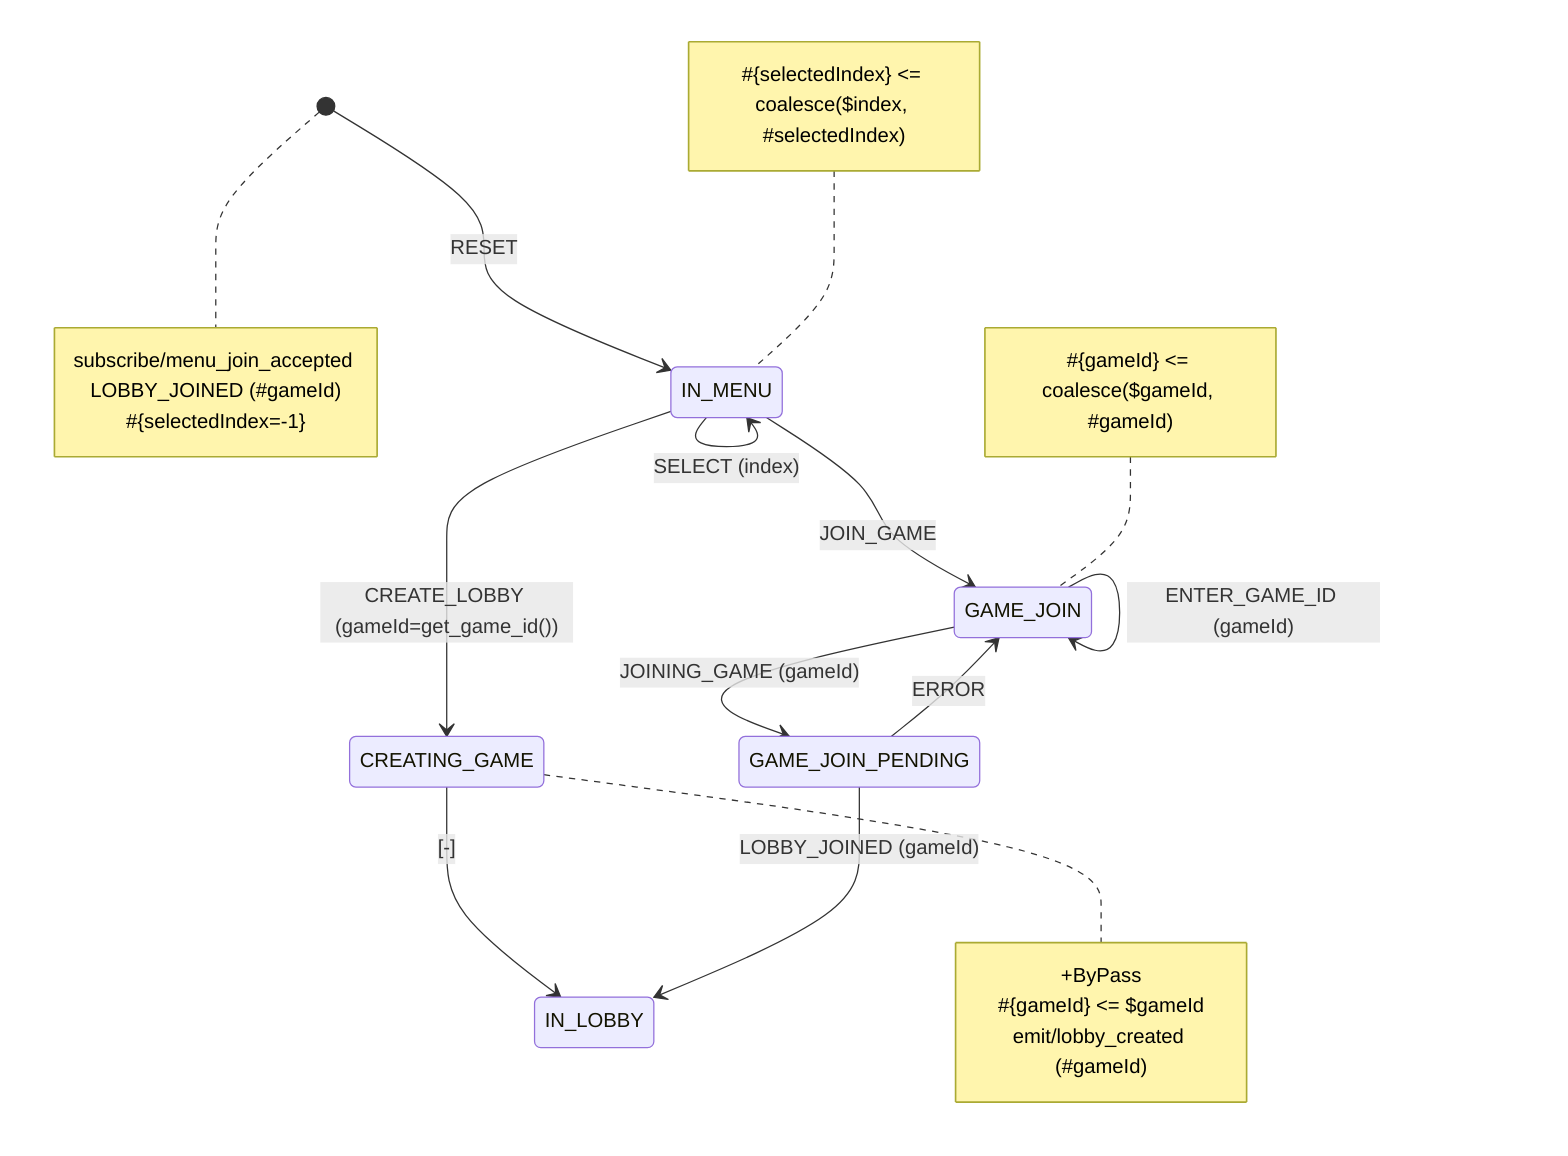
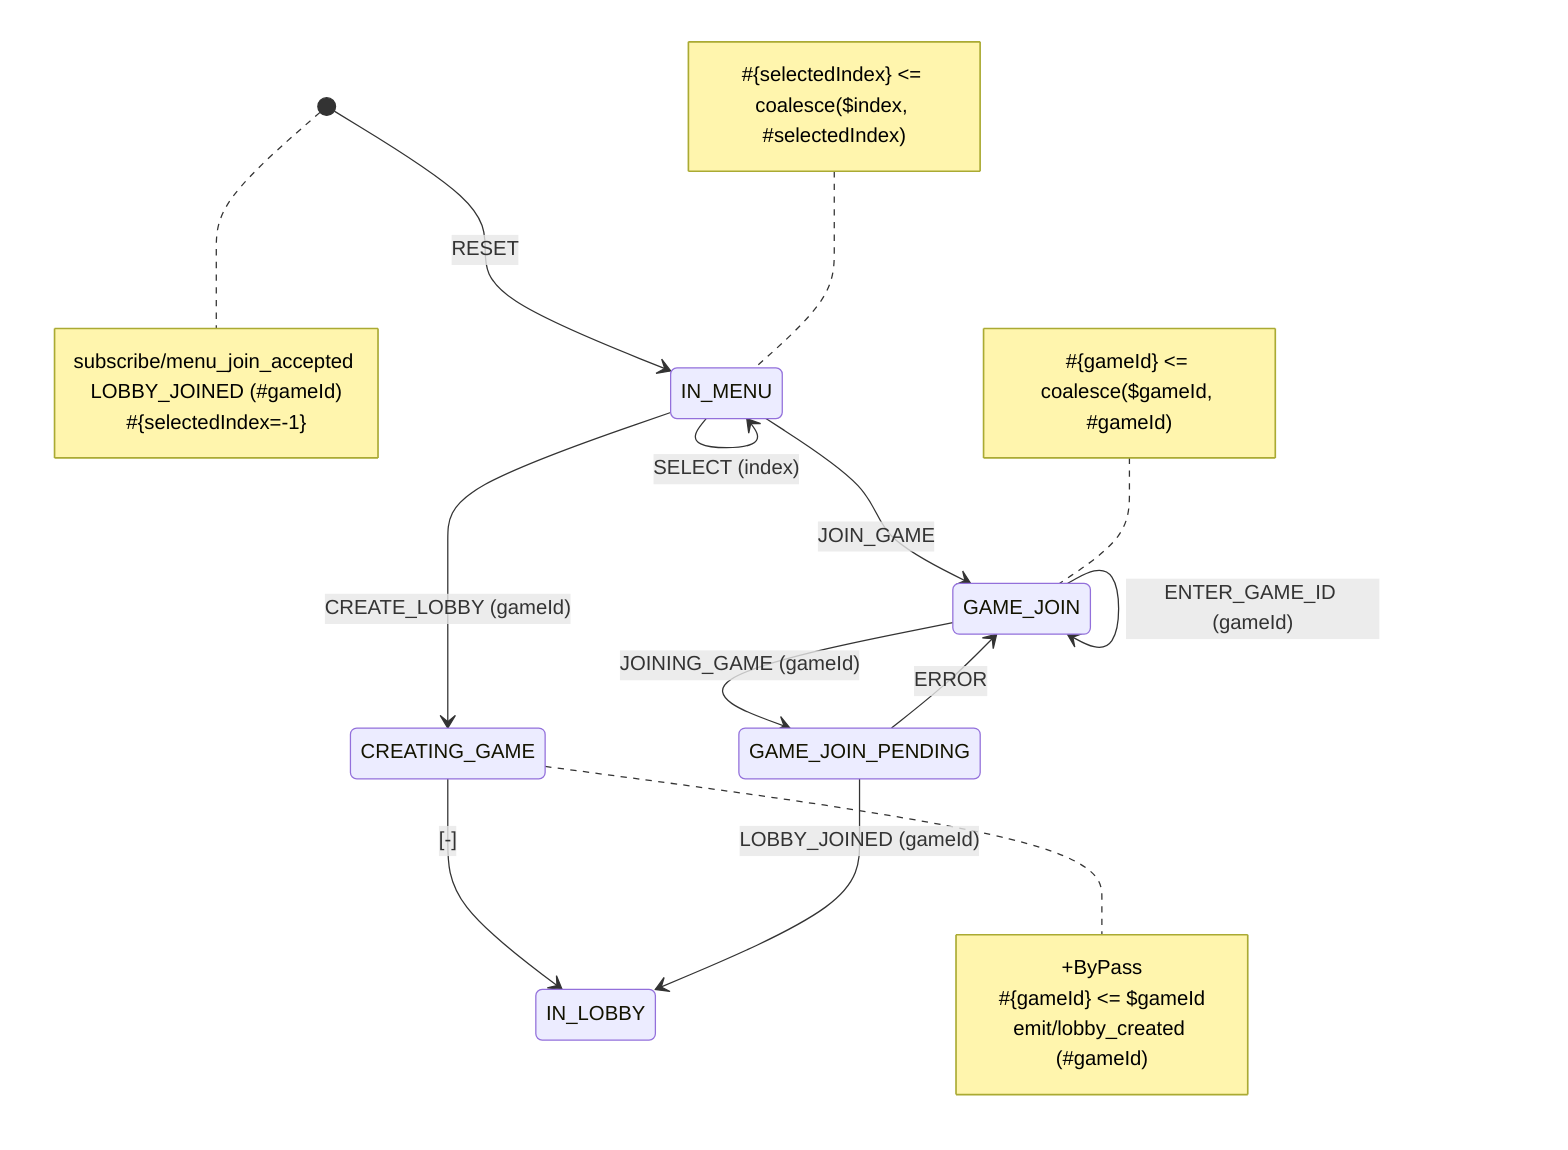
stateDiagram-v2
    [*]-->IN_MENU: RESET
-     IN_MENU --> CREATING_GAME: CREATE_LOBBY (gameId=get_game_id())
+     IN_MENU --> CREATING_GAME: CREATE_LOBBY (gameId)
    IN_MENU-->IN_MENU: SELECT (index)
    CREATING_GAME --> IN_LOBBY: [-]
%%    CREATING_GAME-->IN_MENU: ERROR
    IN_MENU --> GAME_JOIN: JOIN_GAME
    GAME_JOIN --> GAME_JOIN_PENDING: JOINING_GAME (gameId)
    GAME_JOIN-->GAME_JOIN: ENTER_GAME_ID (gameId)
    GAME_JOIN_PENDING --> IN_LOBBY: LOBBY_JOINED (gameId)
    GAME_JOIN_PENDING --> GAME_JOIN: ERROR

note right of [*]
subscribe/menu_join_accepted LOBBY_JOINED (#gameId)
#{selectedIndex=-1}
end note
note left of IN_MENU
#{selectedIndex} <= coalesce($index, #selectedIndex)
end note
note left of GAME_JOIN
#{gameId} <= coalesce($gameId, #gameId)
end note
note right of CREATING_GAME
+ByPass
#{gameId} <= $gameId
emit/lobby_created (#gameId)
end note
